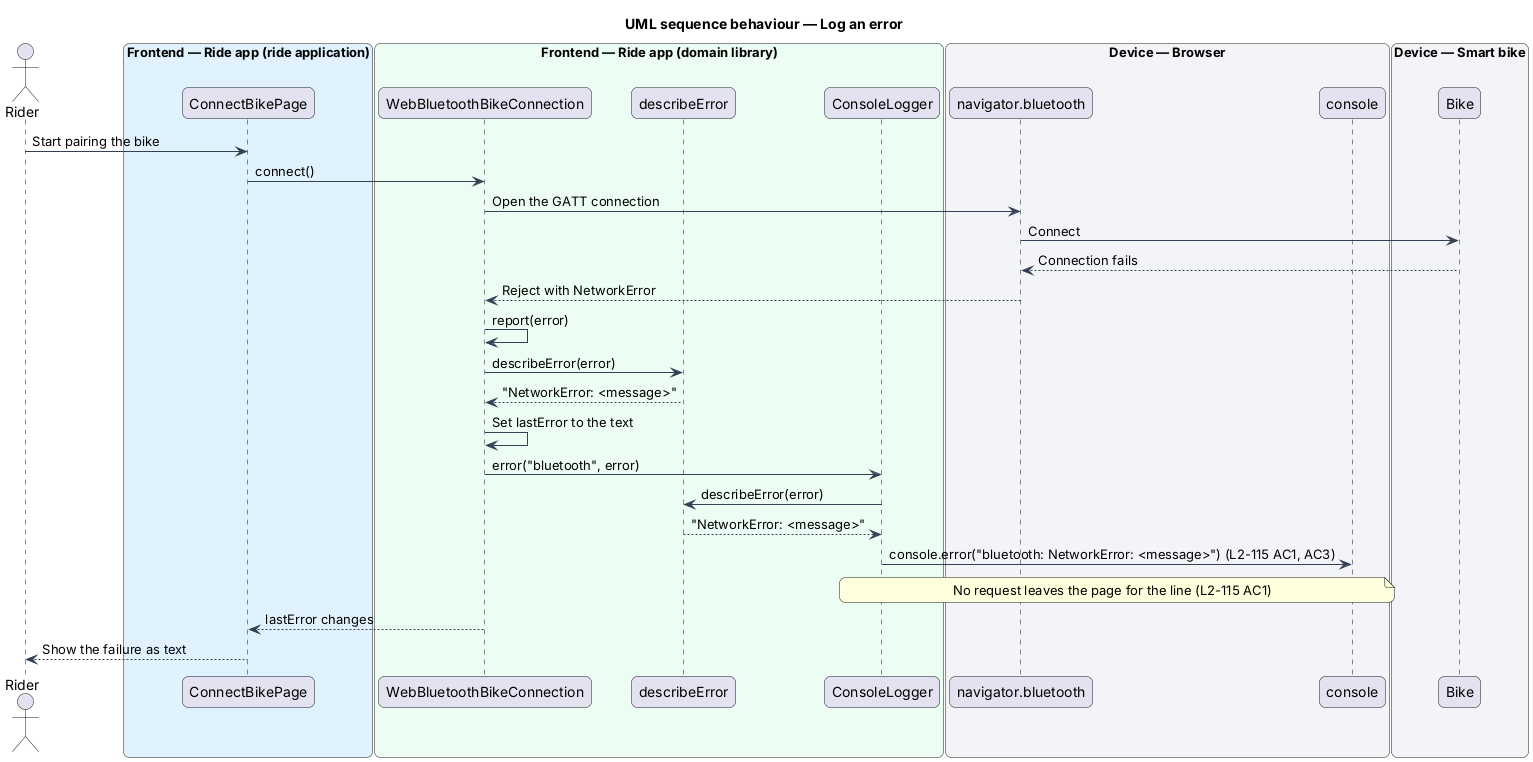
Before: docs/detailed-designs/security/log-to-the-console-only/diagrams/sequence-log-an-error.png, a diagram exported from PlantUML (QuinntyneBrown/ride-one).
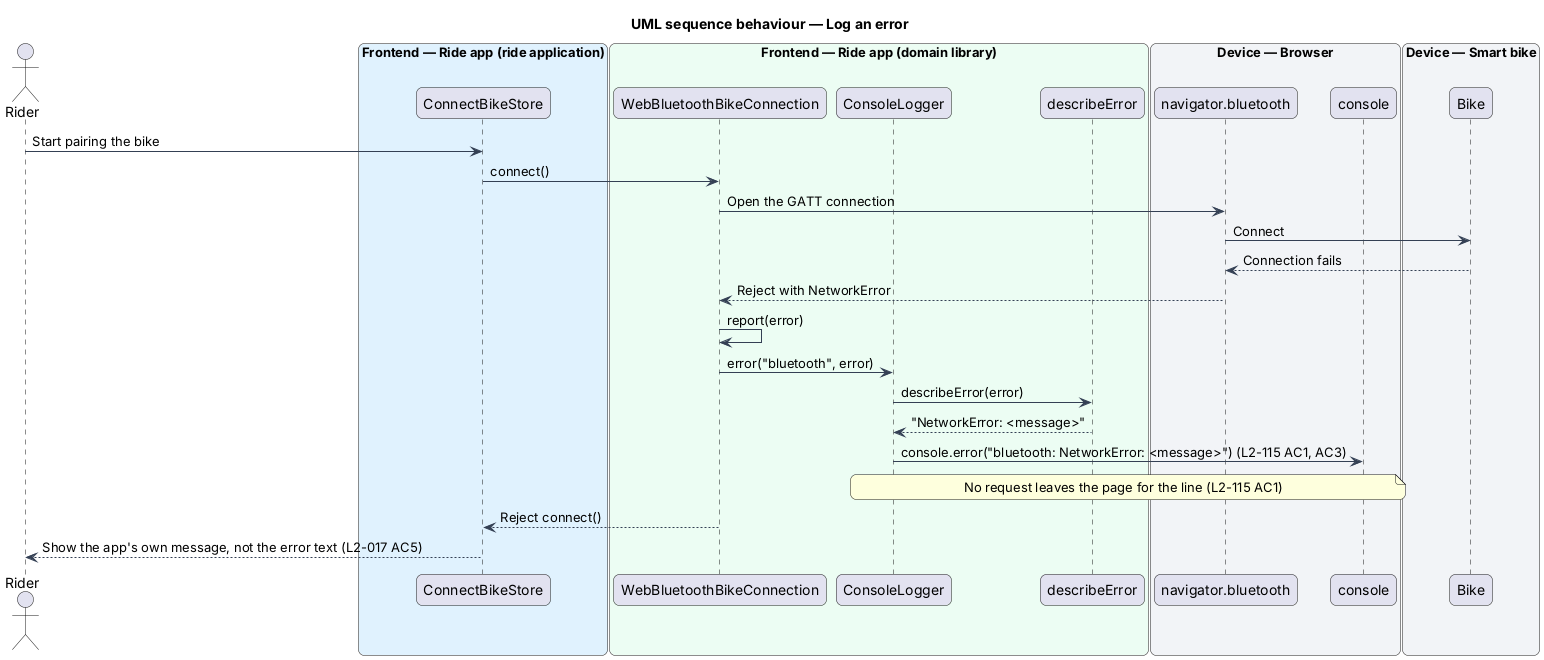
Later version of the same file.

What changed in the source:
```diff
@@ -16,12 +16,12 @@
 }
 actor "Rider" as rider
 box "Frontend — Ride app (ride application)" #E0F2FE
-  participant "ConnectBikePage" as page
+  participant "ConnectBikeStore" as page
 end box
 box "Frontend — Ride app (domain library)" #ECFDF3
   participant "WebBluetoothBikeConnection" as conn
+  participant "ConsoleLogger" as logger
   participant "describeError" as describe
-  participant "ConsoleLogger" as logger
 end box
 box "Device — Browser" #F2F4F7
   participant "navigator.bluetooth" as ble
@@ -37,14 +37,11 @@
 bike --> ble : Connection fails
 ble --> conn : Reject with NetworkError
 conn -> conn : report(error)
-conn -> describe : describeError(error)
-describe --> conn : "NetworkError: <message>"
-conn -> conn : Set lastError to the text
 conn -> logger : error("bluetooth", error)
 logger -> describe : describeError(error)
 describe --> logger : "NetworkError: <message>"
 logger -> console : console.error("bluetooth: NetworkError: <message>") (L2-115 AC1, AC3)
 note over logger, console : No request leaves the page for the line (L2-115 AC1)
-conn --> page : lastError changes
-page --> rider : Show the failure as text
+conn --> page : Reject connect()
+page --> rider : Show the app's own message, not the error text (L2-017 AC5)
 @enduml
```
